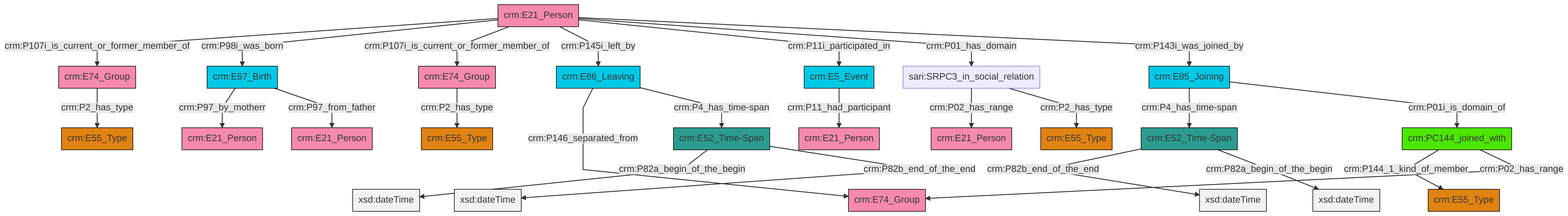
This is et/personCSV/ttl/mmd/png/Person_Actor_Relations.png from swiss-art-research-net/docs.swissartresearch, a Mermaid export, as it was before one commit. Its source is kept beside it as et/personCSV/ttl/mmd/Person_Actor_Relations.ttl.mmd.
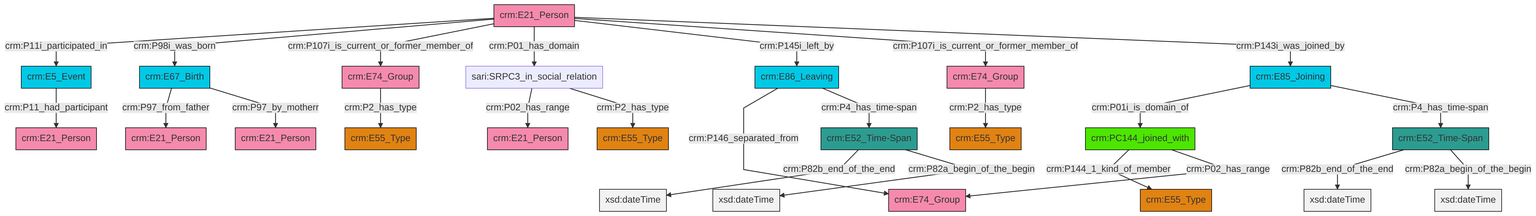
After the change.

Change to the diagram source:
```diff
@@ -13,27 +13,27 @@
 classDef PC_Classes fill:#4ce600, stroke:#000000;
 classDef Multi fill:#cccccc,stroke:#000000;
 
-0["crm:E67_Birth"]:::Temporal_Entity -->|crm:P97_by_motherr| 1["crm:E21_Person"]:::Actor
-4["sari:SRPC3_in_social_relation"]:::Default -->|crm:P02_has_range| 5["crm:E21_Person"]:::Actor
-8["crm:E21_Person"]:::Actor -->|crm:P107i_is_current_or_former_member_of| 9["crm:E74_Group"]:::Actor
-18["crm:PC144_joined_with"]:::PC_Classes -->|crm:P144_1_kind_of_member| 13["crm:E55_Type"]:::Type
-19["crm:E52_Time-Span"]:::Time-Span -->|crm:P82a_begin_of_the_begin| 20[xsd:dateTime]:::Literal
-8["crm:E21_Person"]:::Actor -->|crm:P98i_was_born| 0["crm:E67_Birth"]:::Temporal_Entity
-8["crm:E21_Person"]:::Actor -->|crm:P107i_is_current_or_former_member_of| 22["crm:E74_Group"]:::Actor
-4["sari:SRPC3_in_social_relation"]:::Default -->|crm:P2_has_type| 26["crm:E55_Type"]:::Type
-29["crm:E86_Leaving"]:::Temporal_Entity -->|crm:P146_separated_from| 24["crm:E74_Group"]:::Actor
-27["crm:E52_Time-Span"]:::Time-Span -->|crm:P82b_end_of_the_end| 32[xsd:dateTime]:::Literal
-35["crm:E85_Joining"]:::Temporal_Entity -->|crm:P4_has_time-span| 27["crm:E52_Time-Span"]:::Time-Span
-0["crm:E67_Birth"]:::Temporal_Entity -->|crm:P97_from_father| 37["crm:E21_Person"]:::Actor
-30["crm:E5_Event"]:::Temporal_Entity -->|crm:P11_had_participant| 11["crm:E21_Person"]:::Actor
-8["crm:E21_Person"]:::Actor -->|crm:P145i_left_by| 29["crm:E86_Leaving"]:::Temporal_Entity
-27["crm:E52_Time-Span"]:::Time-Span -->|crm:P82a_begin_of_the_begin| 42[xsd:dateTime]:::Literal
-8["crm:E21_Person"]:::Actor -->|crm:P11i_participated_in| 30["crm:E5_Event"]:::Temporal_Entity
-8["crm:E21_Person"]:::Actor -->|crm:P01_has_domain| 4["sari:SRPC3_in_social_relation"]:::Default
-29["crm:E86_Leaving"]:::Temporal_Entity -->|crm:P4_has_time-span| 19["crm:E52_Time-Span"]:::Time-Span
-18["crm:PC144_joined_with"]:::PC_Classes -->|crm:P02_has_range| 24["crm:E74_Group"]:::Actor
-9["crm:E74_Group"]:::Actor -->|crm:P2_has_type| 15["crm:E55_Type"]:::Type
-8["crm:E21_Person"]:::Actor -->|crm:P143i_was_joined_by| 35["crm:E85_Joining"]:::Temporal_Entity
-35["crm:E85_Joining"]:::Temporal_Entity -->|crm:P01i_is_domain_of| 18["crm:PC144_joined_with"]:::PC_Classes
-22["crm:E74_Group"]:::Actor -->|crm:P2_has_type| 2["crm:E55_Type"]:::Type
-19["crm:E52_Time-Span"]:::Time-Span -->|crm:P82b_end_of_the_end| 46[xsd:dateTime]:::Literal
+4["crm:E52_Time-Span"]:::Time-Span -->|crm:P82b_end_of_the_end| 5[xsd:dateTime]:::Literal
+6["crm:PC144_joined_with"]:::PC_Classes -->|crm:P144_1_kind_of_member| 0["crm:E55_Type"]:::Type
+4["crm:E52_Time-Span"]:::Time-Span -->|crm:P82a_begin_of_the_begin| 7[xsd:dateTime]:::Literal
+9["crm:E21_Person"]:::Actor -->|crm:P11i_participated_in| 10["crm:E5_Event"]:::Temporal_Entity
+11["crm:E52_Time-Span"]:::Time-Span -->|crm:P82b_end_of_the_end| 12[xsd:dateTime]:::Literal
+2["crm:E85_Joining"]:::Temporal_Entity -->|crm:P01i_is_domain_of| 6["crm:PC144_joined_with"]:::PC_Classes
+15["crm:E67_Birth"]:::Temporal_Entity -->|crm:P97_from_father| 16["crm:E21_Person"]:::Actor
+9["crm:E21_Person"]:::Actor -->|crm:P98i_was_born| 15["crm:E67_Birth"]:::Temporal_Entity
+10["crm:E5_Event"]:::Temporal_Entity -->|crm:P11_had_participant| 20["crm:E21_Person"]:::Actor
+13["crm:E86_Leaving"]:::Temporal_Entity -->|crm:P146_separated_from| 24["crm:E74_Group"]:::Actor
+13["crm:E86_Leaving"]:::Temporal_Entity -->|crm:P4_has_time-span| 4["crm:E52_Time-Span"]:::Time-Span
+28["crm:E74_Group"]:::Actor -->|crm:P2_has_type| 29["crm:E55_Type"]:::Type
+15["crm:E67_Birth"]:::Temporal_Entity -->|crm:P97_by_motherr| 30["crm:E21_Person"]:::Actor
+9["crm:E21_Person"]:::Actor -->|crm:P107i_is_current_or_former_member_of| 32["crm:E74_Group"]:::Actor
+2["crm:E85_Joining"]:::Temporal_Entity -->|crm:P4_has_time-span| 11["crm:E52_Time-Span"]:::Time-Span
+9["crm:E21_Person"]:::Actor -->|crm:P01_has_domain| 34["sari:SRPC3_in_social_relation"]:::Default
+32["crm:E74_Group"]:::Actor -->|crm:P2_has_type| 17["crm:E55_Type"]:::Type
+6["crm:PC144_joined_with"]:::PC_Classes -->|crm:P02_has_range| 24["crm:E74_Group"]:::Actor
+9["crm:E21_Person"]:::Actor -->|crm:P145i_left_by| 13["crm:E86_Leaving"]:::Temporal_Entity
+9["crm:E21_Person"]:::Actor -->|crm:P107i_is_current_or_former_member_of| 28["crm:E74_Group"]:::Actor
+34["sari:SRPC3_in_social_relation"]:::Default -->|crm:P02_has_range| 21["crm:E21_Person"]:::Actor
+34["sari:SRPC3_in_social_relation"]:::Default -->|crm:P2_has_type| 25["crm:E55_Type"]:::Type
+9["crm:E21_Person"]:::Actor -->|crm:P143i_was_joined_by| 2["crm:E85_Joining"]:::Temporal_Entity
+11["crm:E52_Time-Span"]:::Time-Span -->|crm:P82a_begin_of_the_begin| 46[xsd:dateTime]:::Literal
```
